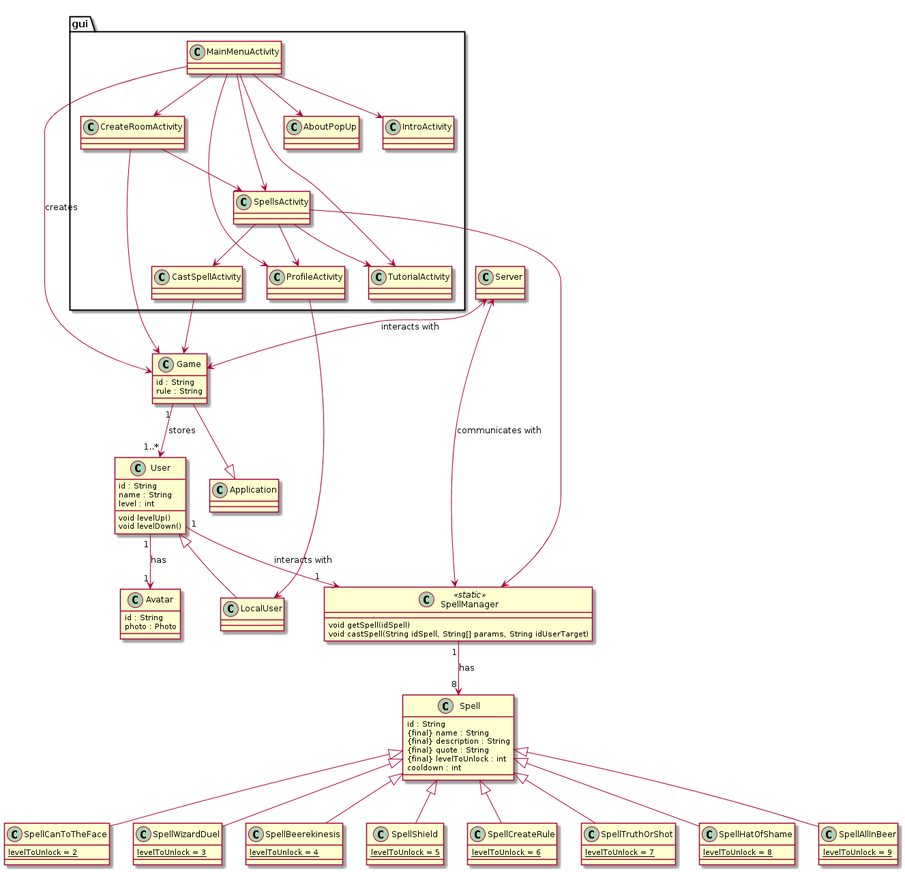
This is diagrams/class_diagram/class_diagram.png from Solero93/Beer-Wizard, a PlantUML export, as it was before one commit.
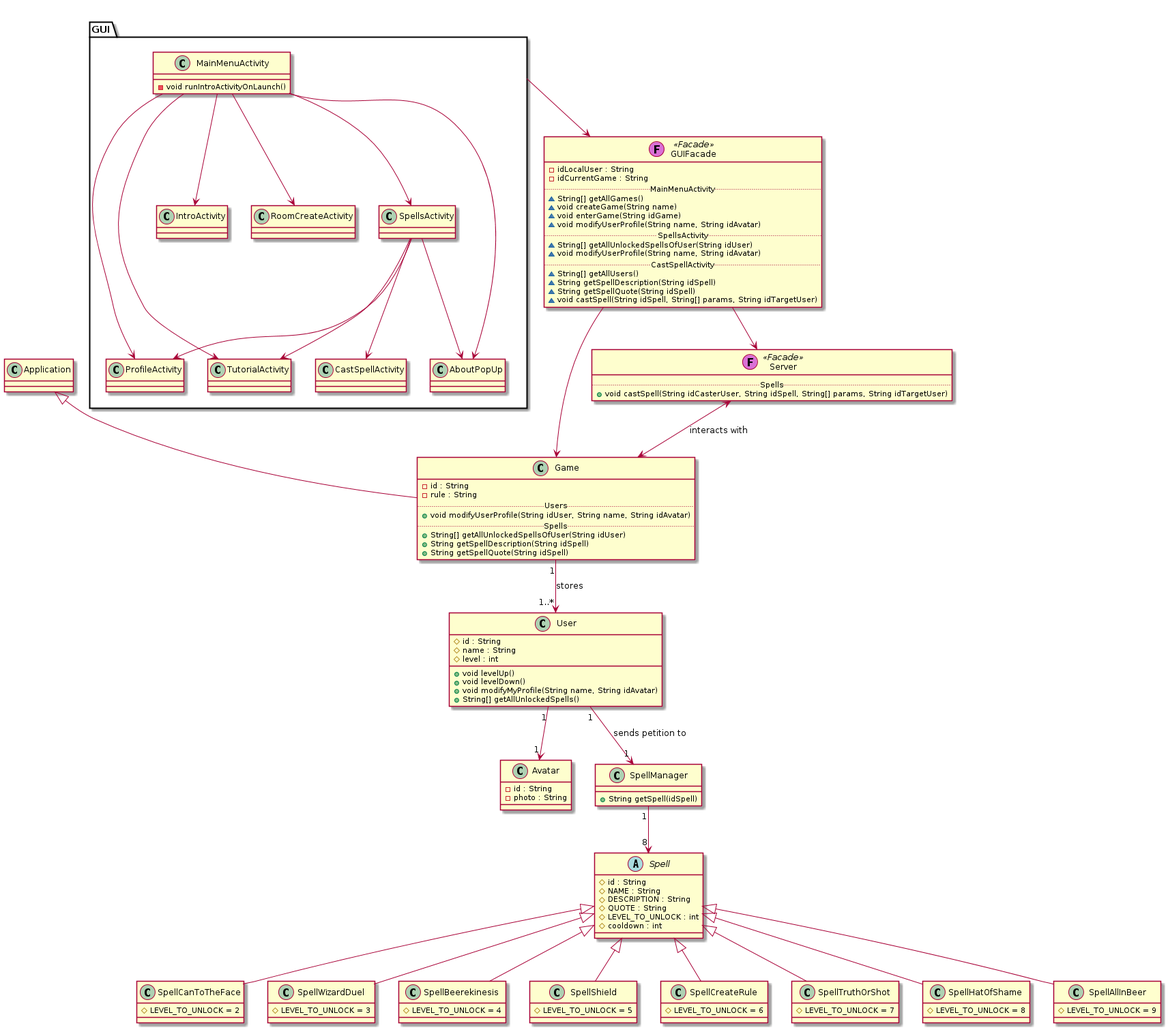
After the commit.

Commit message:
Changed Class Diagram, added GUIFacade

What changed in the source:
```diff
@@ -1,105 +1,142 @@
 @startuml
 
 
-class Game{
-	id : String
-	rule : String
+class Game extends Application{
+	-id : String
+	-rule : String
+	.. Users ..
+	+void modifyUserProfile(String idUser, String name, String idAvatar)
+	.. Spells ..
+	+String[] getAllUnlockedSpellsOfUser(String idUser)
+	+String getSpellDescription(String idSpell)
+	+String getSpellQuote(String idSpell)
 }
 
-Game --|> Application
+class User{
+	#id : String
+	#name : String
+	#level : int
 
-class User{
-	id : String
-	name : String
-	level : int
-
-	void levelUp()
-	void levelDown()
-}
-
-class LocalUser extends User{
-
+	+void levelUp()
+	+void levelDown()
+	+void modifyMyProfile(String name, String idAvatar)
+	+String[] getAllUnlockedSpells()
 }
 
 class Avatar{
-	id : String
-	photo : Photo
+	-id : String
+	-photo : String
 }
 
-class SpellManager <<static>> {
-	void getSpell(idSpell)
-	void castSpell(String idSpell, String[] params, String idUserTarget)
+class SpellManager {
+	+String getSpell(idSpell)
 }
 
-class Spell{
-	id : String
-	{final} name : String
-	{final} description : String
-	{final} quote : String
-	{final} levelToUnlock : int
-	cooldown : int
+abstract class Spell{
+	#id : String
+	#NAME : String
+	#DESCRIPTION : String
+	#QUOTE : String
+	#LEVEL_TO_UNLOCK : int
+	#cooldown : int
 }
 
 class SpellCanToTheFace extends Spell{
-	{static} levelToUnlock = 2
+	#LEVEL_TO_UNLOCK = 2
 }
 
 class SpellWizardDuel extends Spell{
-	{static} levelToUnlock = 3
+	#LEVEL_TO_UNLOCK = 3
 }
 
 class SpellBeerekinesis extends Spell{
-	{static} levelToUnlock = 4
+	#LEVEL_TO_UNLOCK = 4
 }
 
 class SpellShield extends Spell{
-	{static} levelToUnlock = 5
+	#LEVEL_TO_UNLOCK = 5
 }
 
 class SpellCreateRule extends Spell{
-	{static} levelToUnlock = 6
+	#LEVEL_TO_UNLOCK = 6
 }
 
 class SpellTruthOrShot extends Spell{
-	{static} levelToUnlock = 7
+	#LEVEL_TO_UNLOCK = 7
 }
 
 class SpellHatOfShame extends Spell{
-	{static} levelToUnlock = 8
+	#LEVEL_TO_UNLOCK = 8
 }
 
 class SpellAllInBeer extends Spell{
-	{static} levelToUnlock = 9
+	#LEVEL_TO_UNLOCK = 9
 }
 
-Game "1" --> "1..*" User : stores
-SpellManager "1" --> "8" Spell : has
-User "1" --> "1" SpellManager : interacts with
-User "1" --> "1" Avatar : has
+Game "1" --> "1..*" User: stores
+SpellManager "1" --> "8" Spell
+User "1" --> "1" SpellManager : sends petition to
+User "1" --> "1" Avatar
 
-package gui{
+
+
+package GUI{
+	class CastSpellActivity{
+	}
+	class MainMenuActivity{
+		-void runIntroActivityOnLaunch()
+	}
+	class ProfileActivity{
+	}
+
+	class SpellsActivity{
+	}
+
 	MainMenuActivity  -->  IntroActivity
 	MainMenuActivity  -->  SpellsActivity
-	MainMenuActivity  -->  CreateRoomActivity
+	MainMenuActivity  -->  RoomCreateActivity
 	MainMenuActivity  -->  ProfileActivity
 	MainMenuActivity  -->  TutorialActivity
 	MainMenuActivity  -->  AboutPopUp
-	CreateRoomActivity  -->  SpellsActivity
 	SpellsActivity  -->  ProfileActivity
 	SpellsActivity  -->  TutorialActivity
 	SpellsActivity  -->  CastSpellActivity
+	SpellsActivity  -->  AboutPopUp
 }
 
-MainMenuActivity --> Game : creates
-CreateRoomActivity --> Game
+class GUIFacade <<(F,orchid) Facade>>{
+	-idLocalUser : String
+	-idCurrentGame : String
+	.. MainMenuActivity ..
+	~String[] getAllGames()
+	~void createGame(String name)
+	~void enterGame(String idGame)
+	~void modifyUserProfile(String name, String idAvatar)
+	.. SpellsActivity ..
+	~String[] getAllUnlockedSpellsOfUser(String idUser)
+	~void modifyUserProfile(String name, String idAvatar)
+	.. CastSpellActivity ..
+	~String[] getAllUsers()
+	~String getSpellDescription(String idSpell)
+	~String getSpellQuote(String idSpell)
+	~void castSpell(String idSpell, String[] params, String idTargetUser)
+}
 
-SpellsActivity  -->  SpellManager
-ProfileActivity --> LocalUser
-CastSpellActivity --> Game
+GUI --> GUIFacade
+
+
+class Server <<(F,orchid) Facade>>{
+	.. Spells ..
+	+void castSpell(String idCasterUser, String idSpell, String[] params, String idTargetUser)
+}
+
 
 
 Server <--> Game : interacts with
-Server <--> SpellManager : communicates with
 
 
+GUIFacade --> Game
+
+GUIFacade --> Server
+
 @enduml
```
